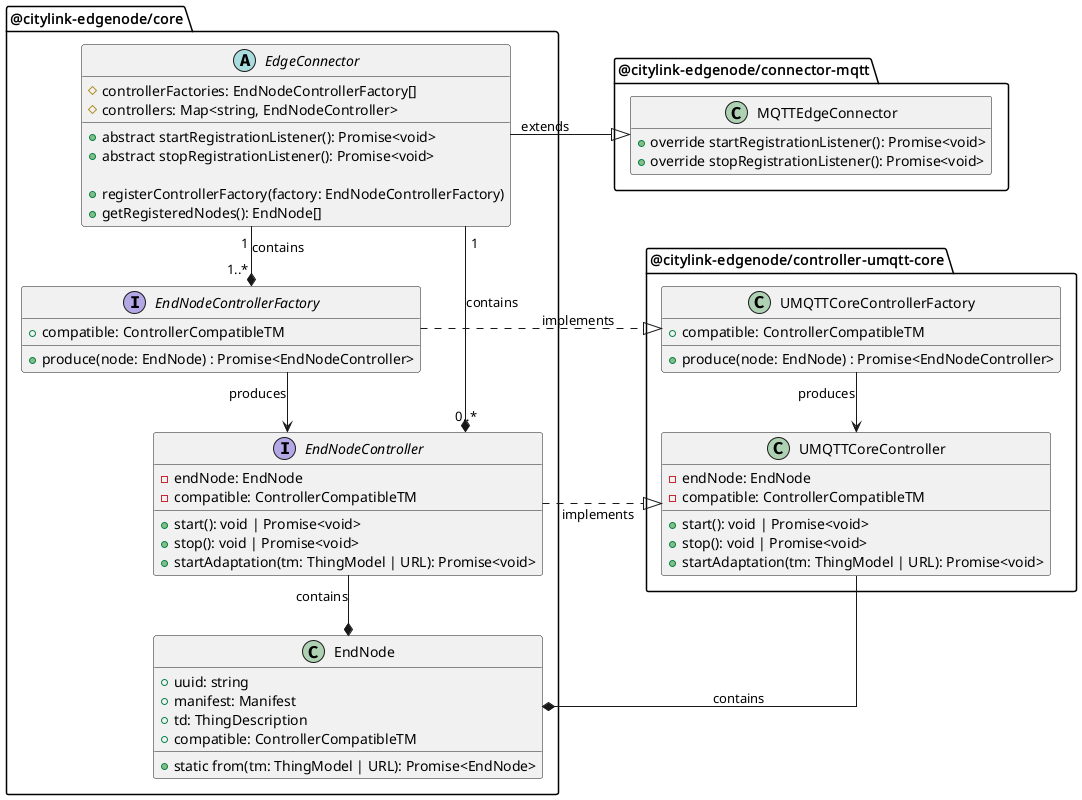
les2feup/CityLink keeps this PlantUML diagram as uml/Class/citylink-edgenode-full.png. Above is the earlier version.
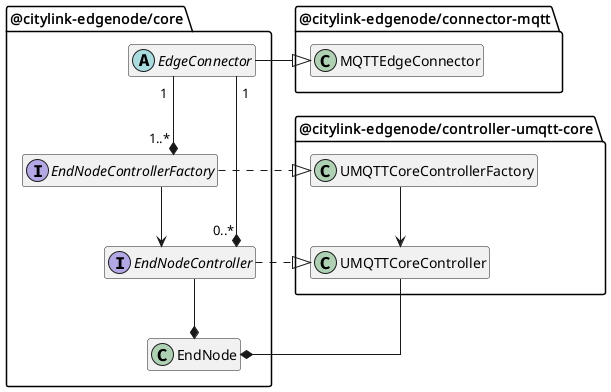
The same diagram one commit later.

Diff of the diagram source:
```diff
@@ -1,7 +1,6 @@
 @startuml
 skinparam linetype ortho
-skinparam nodesep 120
-hide empty members
+hide members
 
 package "@citylink-edgenode/core" {
 
@@ -39,10 +38,10 @@
     + static from(tm: ThingModel | URL): Promise<EndNode>
 }
 
-EndNodeController --* EndNode : contains
-EndNodeControllerFactory --> EndNodeController : produces
-EdgeConnector "1" --* "0..*" EndNodeController : contains\n
-EdgeConnector "1" --* "1..*\t" EndNodeControllerFactory : contains
+EndNodeController --* EndNode
+EndNodeControllerFactory --> EndNodeController
+EdgeConnector "1" --* "0..*\t   " EndNodeController
+EdgeConnector "1" --* "1..*\t   " EndNodeControllerFactory
 
 }
 
@@ -71,11 +70,11 @@
     }
 
 
-    UMQTTCoreControllerFactory --> UMQTTCoreController: produces
+    UMQTTCoreControllerFactory --> UMQTTCoreController
 }
 
-EdgeConnector -r--|> MQTTEdgeConnector: extends
-EndNodeControllerFactory -r..|> UMQTTCoreControllerFactory: implements
-EndNodeController -r..|> UMQTTCoreController: implements\t
-UMQTTCoreController --* EndNode : contains
+EdgeConnector -r--|> MQTTEdgeConnector
+EndNodeControllerFactory -r..|> UMQTTCoreControllerFactory
+EndNodeController -r..|> UMQTTCoreController
+UMQTTCoreController --* EndNode
 @enduml
```
